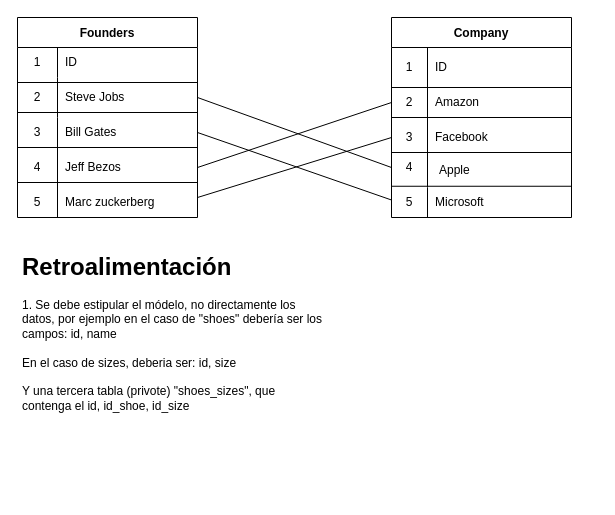
This is felipe/documentacion/db.drawio from project-ultra-2022/db.postgresql, a draw.io file, before an edit. Source tidied: cells renumbered, new cells numbered last; positions are measured from the earlier drawing's top-left corner, leaving out a move shared by most shapes. Both pictures are drawn from the tidied source at 100%, with x=0, y=0 at pixel (17, 17).
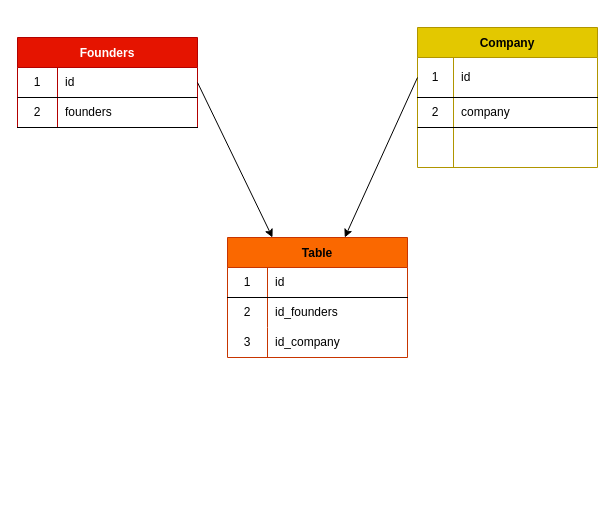
After the change.

The change refers to these unchanged cells:
```xml
<mxCell id="4" style="shape=partialRectangle;html=1;whiteSpace=wrap;fillColor=none;top=0;left=0;bottom=0;right=0;strokeWidth=1;" parent="3" vertex="1">
  <mxGeometry y="30" width="180" height="30" as="geometry" />
</mxCell>
<mxCell id="17" style="shape=partialRectangle;html=1;whiteSpace=wrap;fillColor=none;top=0;left=0;bottom=1;right=0;points=[[0,0.5],[1,0.5]];portConstraint=eastwest;strokeWidth=1;" parent="16" vertex="1">
  <mxGeometry y="30" width="180" height="40" as="geometry" />
</mxCell>
<mxCell id="20" style="shape=partialRectangle;html=1;whiteSpace=wrap;fillColor=none;top=0;left=0;bottom=0;right=0;points=[[0,0.5],[1,0.5]];portConstraint=eastwest;strokeWidth=1;" parent="16" vertex="1">
  <mxGeometry y="70" width="180" height="30" as="geometry" />
</mxCell>
<mxCell id="23" style="shape=partialRectangle;html=1;whiteSpace=wrap;fillColor=none;top=0;left=0;bottom=0;right=0;points=[[0,0.5],[1,0.5]];portConstraint=eastwest;strokeWidth=1;" parent="16" vertex="1">
  <mxGeometry y="100" width="180" height="40" as="geometry" />
</mxCell>
```

What changed in the source:
```diff
@@
-    <mxCell id="2" style="line;strokeWidth=1;html=1;perimeter=backbonePerimeter;" parent="1" vertex="1">
-      <mxGeometry y="90" width="180" height="10" as="geometry" />
-    </mxCell>
-    <mxCell id="3" value="Founders" style="shape=table;startSize=30;childLayout=tableLayout;rowLines=0;fontStyle=1;align=center;strokeWidth=1;" parent="1" vertex="1">
-      <mxGeometry width="180" height="200" as="geometry" />
+    <mxCell id="3" value="Founders" style="shape=table;startSize=30;childLayout=tableLayout;rowLines=0;fontStyle=1;align=center;strokeWidth=1;fillColor=#e51400;strokeColor=#B20000;fontColor=#ffffff;" parent="1" vertex="1">
+      <mxGeometry y="20" width="180" height="90" as="geometry" />
     </mxCell>
@@
-    <mxCell id="6" value="ID" style="shape=partialRectangle;html=1;whiteSpace=wrap;fillColor=none;top=0;left=0;bottom=0;right=0;align=left;spacingLeft=6;overflow=hidden;strokeWidth=1;" parent="4" vertex="1">
+    <mxCell id="6" value="id" style="shape=partialRectangle;html=1;whiteSpace=wrap;fillColor=none;top=0;left=0;bottom=0;right=0;align=left;spacingLeft=6;overflow=hidden;strokeWidth=1;" parent="4" vertex="1">
       <mxGeometry x="40" width="140" height="30" as="geometry" />
     </mxCell>
-    <mxCell id="7" style="shape=partialRectangle;html=1;whiteSpace=wrap;fillColor=none;top=0;left=0;bottom=0;right=0;points=[[0,0.5],[1,0.5]];portConstraint=eastwest;strokeWidth=1;" parent="3" vertex="1">
-      <mxGeometry y="60" width="180" height="40" as="geometry" />
-    </mxCell>
-    <mxCell id="8" value="2" style="shape=partialRectangle;html=1;whiteSpace=wrap;fillColor=none;top=0;left=0;bottom=0;right=0;overflow=hidden;strokeWidth=1;" parent="7" vertex="1">
-      <mxGeometry width="40" height="40" as="geometry" />
-    </mxCell>
-    <mxCell id="9" value="Steve Jobs" style="shape=partialRectangle;html=1;whiteSpace=wrap;fillColor=none;top=0;left=0;bottom=0;right=0;align=left;spacingLeft=6;overflow=hidden;strokeWidth=1;" parent="7" vertex="1">
-      <mxGeometry x="40" width="140" height="40" as="geometry" />
-    </mxCell>
     <mxCell id="10" style="shape=partialRectangle;html=1;whiteSpace=wrap;fillColor=none;top=0;left=0;bottom=1;right=0;points=[[0,0.5],[1,0.5]];portConstraint=eastwest;strokeWidth=1;" parent="3" vertex="1">
-      <mxGeometry y="100" width="180" height="30" as="geometry" />
+      <mxGeometry y="60" width="180" height="30" as="geometry" />
     </mxCell>
-    <mxCell id="11" value="3" style="shape=partialRectangle;html=1;whiteSpace=wrap;fillColor=none;top=0;left=0;bottom=0;right=0;overflow=hidden;strokeWidth=1;" parent="10" vertex="1">
+    <mxCell id="11" value="2" style="shape=partialRectangle;html=1;whiteSpace=wrap;fillColor=none;top=0;left=0;bottom=0;right=0;overflow=hidden;strokeWidth=1;" parent="10" vertex="1">
       <mxGeometry width="40" height="30" as="geometry" />
     </mxCell>
-    <mxCell id="12" value="Bill Gates" style="shape=partialRectangle;html=1;whiteSpace=wrap;fillColor=none;top=0;left=0;bottom=0;right=0;align=left;spacingLeft=6;overflow=hidden;strokeWidth=1;" parent="10" vertex="1">
+    <mxCell id="12" value="founders" style="shape=partialRectangle;html=1;whiteSpace=wrap;fillColor=none;top=0;left=0;bottom=0;right=0;align=left;spacingLeft=6;overflow=hidden;strokeWidth=1;" parent="10" vertex="1">
       <mxGeometry x="40" width="140" height="30" as="geometry" />
     </mxCell>
-    <mxCell id="13" value="Jeff Bezos&amp;nbsp;" style="shape=partialRectangle;html=1;whiteSpace=wrap;fillColor=none;top=0;left=0;bottom=0;right=0;align=left;spacingLeft=6;overflow=hidden;strokeWidth=1;" parent="1" vertex="1">
-      <mxGeometry x="40" y="130" width="140" height="40" as="geometry" />
-    </mxCell>
-    <mxCell id="14" value="4" style="shape=partialRectangle;html=1;whiteSpace=wrap;fillColor=none;top=0;left=0;bottom=0;right=0;overflow=hidden;strokeWidth=1;" parent="1" vertex="1">
-      <mxGeometry y="130" width="40" height="40" as="geometry" />
-    </mxCell>
     <mxCell id="15" style="line;strokeWidth=1;html=1;" parent="1" vertex="1">
-      <mxGeometry y="60" width="180" height="10" as="geometry" />
+      <mxGeometry y="75" width="180" height="10" as="geometry" />
     </mxCell>
-    <mxCell id="16" value="Company" style="shape=table;startSize=30;childLayout=tableLayout;rowLines=0;fontStyle=1;align=center;strokeWidth=1;" parent="1" vertex="1">
-      <mxGeometry x="374" width="180" height="200" as="geometry" />
+    <mxCell id="16" value="Company" style="shape=table;startSize=30;childLayout=tableLayout;rowLines=0;fontStyle=1;align=center;strokeWidth=1;fillColor=#e3c800;fontColor=#000000;strokeColor=#B09500;" parent="1" vertex="1">
+      <mxGeometry x="400" y="10" width="180" height="140" as="geometry" />
     </mxCell>
@@
-    <mxCell id="19" value="ID" style="shape=partialRectangle;html=1;whiteSpace=wrap;fillColor=none;top=0;left=0;bottom=0;right=0;align=left;spacingLeft=6;overflow=hidden;strokeWidth=1;" parent="17" vertex="1">
+    <mxCell id="19" value="id" style="shape=partialRectangle;html=1;whiteSpace=wrap;fillColor=none;top=0;left=0;bottom=0;right=0;align=left;spacingLeft=6;overflow=hidden;strokeWidth=1;" parent="17" vertex="1">
       <mxGeometry x="36" width="144" height="40" as="geometry" />
     </mxCell>
@@
-    <mxCell id="22" value="Amazon" style="shape=partialRectangle;html=1;whiteSpace=wrap;fillColor=none;top=0;left=0;bottom=0;right=0;align=left;spacingLeft=6;overflow=hidden;strokeWidth=1;" parent="20" vertex="1">
+    <mxCell id="22" value="company" style="shape=partialRectangle;html=1;whiteSpace=wrap;fillColor=none;top=0;left=0;bottom=0;right=0;align=left;spacingLeft=6;overflow=hidden;strokeWidth=1;" parent="20" vertex="1">
       <mxGeometry x="36" width="144" height="30" as="geometry" />
     </mxCell>
@@
-    <mxCell id="24" value="3" style="shape=partialRectangle;html=1;whiteSpace=wrap;fillColor=none;top=0;left=0;bottom=0;right=0;overflow=hidden;strokeWidth=1;" parent="23" vertex="1">
+    <mxCell id="24" style="shape=partialRectangle;html=1;whiteSpace=wrap;fillColor=none;top=0;left=0;bottom=0;right=0;overflow=hidden;strokeWidth=1;" parent="23" vertex="1">
       <mxGeometry width="36" height="40" as="geometry" />
     </mxCell>
-    <mxCell id="25" value="Facebook" style="shape=partialRectangle;html=1;whiteSpace=wrap;fillColor=none;top=0;left=0;bottom=0;right=0;align=left;spacingLeft=6;overflow=hidden;strokeWidth=1;" parent="23" vertex="1">
+    <mxCell id="25" style="shape=partialRectangle;html=1;whiteSpace=wrap;fillColor=none;top=0;left=0;bottom=0;right=0;align=left;spacingLeft=6;overflow=hidden;strokeWidth=1;" parent="23" vertex="1">
       <mxGeometry x="36" width="144" height="40" as="geometry" />
     </mxCell>
-    <mxCell id="26" value="Apple" style="shape=partialRectangle;html=1;whiteSpace=wrap;fillColor=none;top=0;left=0;bottom=0;right=0;align=left;spacingLeft=6;overflow=hidden;strokeWidth=1;" parent="1" vertex="1">
-      <mxGeometry x="414" y="137.5" width="140" height="30" as="geometry" />
-    </mxCell>
-    <mxCell id="27" value="4" style="shape=partialRectangle;html=1;whiteSpace=wrap;fillColor=none;top=0;left=0;bottom=0;right=0;overflow=hidden;strokeWidth=1;" parent="1" vertex="1">
-      <mxGeometry x="374" y="120" width="36" height="60" as="geometry" />
-    </mxCell>
-    <mxCell id="28" style="line;strokeWidth=1;html=1;" parent="1" vertex="1">
-      <mxGeometry x="374" y="110" width="180" height="50" as="geometry" />
-    </mxCell>
-    <mxCell id="29" style="line;strokeWidth=1;direction=south;html=1;" parent="1" vertex="1">
-      <mxGeometry x="30" y="130" width="20" height="40" as="geometry" />
-    </mxCell>
     <mxCell id="30" style="line;strokeWidth=1;html=1;" parent="1" vertex="1">
-      <mxGeometry x="374" y="40" width="180" height="120" as="geometry" />
+      <mxGeometry x="400" y="50" width="180" height="120" as="geometry" />
     </mxCell>
-    <mxCell id="31" style="line;strokeWidth=1;direction=south;html=1;" parent="1" vertex="1">
-      <mxGeometry x="400" y="125" width="20" height="45" as="geometry" />
-    </mxCell>
-    <mxCell id="32" value="Marc zuckerberg" style="shape=partialRectangle;html=1;whiteSpace=wrap;fillColor=none;top=0;left=0;bottom=0;right=0;align=left;spacingLeft=6;overflow=hidden;strokeWidth=1;" parent="1" vertex="1">
-      <mxGeometry x="40" y="160" width="140" height="50" as="geometry" />
-    </mxCell>
-    <mxCell id="33" value="5" style="shape=partialRectangle;html=1;whiteSpace=wrap;fillColor=none;top=0;left=0;bottom=0;right=0;overflow=hidden;strokeWidth=1;" parent="1" vertex="1">
-      <mxGeometry y="160" width="40" height="50" as="geometry" />
-    </mxCell>
-    <mxCell id="34" style="line;strokeWidth=1;direction=south;html=1;perimeter=backbonePerimeter;" parent="1" vertex="1">
-      <mxGeometry x="20" y="160" width="40" height="40" as="geometry" />
-    </mxCell>
-    <mxCell id="35" style="line;strokeWidth=1;html=1;" parent="1" vertex="1">
-      <mxGeometry y="160" width="180" height="10" as="geometry" />
-    </mxCell>
-    <mxCell id="36" value="5" style="shape=partialRectangle;html=1;whiteSpace=wrap;fillColor=none;top=0;left=0;bottom=0;right=0;overflow=hidden;strokeWidth=1;" parent="1" vertex="1">
-      <mxGeometry x="374" y="170" width="36" height="30" as="geometry" />
-    </mxCell>
-    <mxCell id="37" value="Microsoft" style="shape=partialRectangle;html=1;whiteSpace=wrap;fillColor=none;top=0;left=0;bottom=0;right=0;align=left;spacingLeft=6;overflow=hidden;strokeWidth=1;" parent="1" vertex="1">
-      <mxGeometry x="410" y="170" width="140" height="30" as="geometry" />
-    </mxCell>
-    <mxCell id="38" style="line;strokeWidth=1;html=1;" parent="1" vertex="1">
-      <mxGeometry x="374" y="160" width="180" height="17.5" as="geometry" />
-    </mxCell>
-    <mxCell id="39" style="line;strokeWidth=1;direction=south;html=1;" parent="1" vertex="1">
-      <mxGeometry x="402.5" y="170" width="15" height="30" as="geometry" />
-    </mxCell>
-    <mxCell id="40" style="endArrow=none;html=1;entryX=0;entryY=0.5;entryDx=0;entryDy=0;" parent="1" edge="1" target="23">
-      <mxGeometry relative="1" as="geometry">
-        <mxPoint x="180" y="180" as="sourcePoint" />
-      </mxGeometry>
-    </mxCell>
-    <mxCell id="41" style="endArrow=none;html=1;entryX=0;entryY=0.5;entryDx=0;entryDy=0;" parent="1" edge="1" target="20">
-      <mxGeometry relative="1" as="geometry">
-        <mxPoint x="180" y="150" as="sourcePoint" />
-      </mxGeometry>
-    </mxCell>
-    <mxCell id="42" style="endArrow=none;html=1;exitX=1;exitY=0.5;exitDx=0;exitDy=0;" parent="1" edge="1" source="10">
-      <mxGeometry relative="1" as="geometry">
-        <mxPoint x="374" y="182.5" as="targetPoint" />
-      </mxGeometry>
-    </mxCell>
-    <mxCell id="43" style="endArrow=none;html=1;exitX=1;exitY=0.5;exitDx=0;exitDy=0;" parent="1" edge="1" source="7">
-      <mxGeometry relative="1" as="geometry">
-        <mxPoint x="374" y="150" as="targetPoint" />
-      </mxGeometry>
-    </mxCell>
-    <mxCell id="44" value="&lt;h1&gt;Retroalimentación&lt;/h1&gt;&lt;div&gt;1. Se debe estipular el módelo, no directamente los datos, por ejemplo en el caso de &quot;shoes&quot; debería ser los campos: id, name&lt;/div&gt;&lt;div&gt;&lt;br&gt;&lt;/div&gt;&lt;div&gt;En el caso de sizes, deberia ser: id, size&lt;/div&gt;&lt;div&gt;&lt;br&gt;&lt;/div&gt;&lt;div&gt;Y una tercera tabla (privote) &quot;shoes_sizes&quot;, que contenga el id, id_shoe, id_size&lt;/div&gt;" style="text;html=1;strokeColor=none;fillColor=none;spacing=5;spacingTop=-20;whiteSpace=wrap;overflow=hidden;rounded=0;" parent="1" vertex="1">
-      <mxGeometry y="230" width="310" height="250" as="geometry" />
-    </mxCell>
+    <mxCell id="45" value="Table" style="shape=table;startSize=30;childLayout=tableLayout;rowLines=0;fontStyle=1;align=center;fillColor=#fa6800;fontColor=#000000;strokeColor=#C73500;" parent="1" vertex="1">
+      <mxGeometry x="210" y="220" width="180" height="120" as="geometry" />
+    </mxCell>
+    <mxCell id="46" style="shape=partialRectangle;html=1;whiteSpace=wrap;fillColor=none;top=0;left=0;bottom=1;right=0;" parent="45" vertex="1">
+      <mxGeometry y="30" width="180" height="30" as="geometry" />
+    </mxCell>
+    <mxCell id="47" value="1" style="shape=partialRectangle;html=1;whiteSpace=wrap;fillColor=none;top=0;left=0;bottom=0;right=0;overflow=hidden;" parent="46" vertex="1">
+      <mxGeometry width="40" height="30" as="geometry" />
+    </mxCell>
+    <mxCell id="48" value="id" style="shape=partialRectangle;html=1;whiteSpace=wrap;fillColor=none;top=0;left=0;bottom=0;right=0;align=left;spacingLeft=6;overflow=hidden;" parent="46" vertex="1">
+      <mxGeometry x="40" width="140" height="30" as="geometry" />
+    </mxCell>
+    <mxCell id="49" style="shape=partialRectangle;html=1;whiteSpace=wrap;fillColor=none;top=0;left=0;bottom=0;right=0;" parent="45" vertex="1">
+      <mxGeometry y="60" width="180" height="30" as="geometry" />
+    </mxCell>
+    <mxCell id="8" value="2" style="shape=partialRectangle;html=1;whiteSpace=wrap;fillColor=none;top=0;left=0;bottom=0;right=0;overflow=hidden;" parent="49" vertex="1">
+      <mxGeometry width="40" height="30" as="geometry" />
+    </mxCell>
+    <mxCell id="50" value="id_founders" style="shape=partialRectangle;html=1;whiteSpace=wrap;fillColor=none;top=0;left=0;bottom=0;right=0;align=left;spacingLeft=6;overflow=hidden;" parent="49" vertex="1">
+      <mxGeometry x="40" width="140" height="30" as="geometry" />
+    </mxCell>
+    <mxCell id="51" style="shape=partialRectangle;html=1;whiteSpace=wrap;fillColor=none;top=0;left=0;bottom=0;right=0;" parent="45" vertex="1">
+      <mxGeometry y="90" width="180" height="30" as="geometry" />
+    </mxCell>
+    <mxCell id="52" value="3" style="shape=partialRectangle;html=1;whiteSpace=wrap;fillColor=none;top=0;left=0;bottom=0;right=0;overflow=hidden;" parent="51" vertex="1">
+      <mxGeometry width="40" height="30" as="geometry" />
+    </mxCell>
+    <mxCell id="53" value="id_company" style="shape=partialRectangle;html=1;whiteSpace=wrap;fillColor=none;top=0;left=0;bottom=0;right=0;align=left;spacingLeft=6;overflow=hidden;" parent="51" vertex="1">
+      <mxGeometry x="40" width="140" height="30" as="geometry" />
+    </mxCell>
+    <mxCell id="54" style="endArrow=classic;html=1;entryX=0.25;entryY=0;entryDx=0;entryDy=0;exitX=1;exitY=0.5;exitDx=0;exitDy=0;" parent="1" edge="1" source="3" target="45">
+      <mxGeometry relative="1" as="geometry" />
+    </mxCell>
+    <mxCell id="55" style="endArrow=classic;html=1;exitX=0;exitY=0.5;exitDx=0;exitDy=0;" parent="1" edge="1" source="17" target="45">
+      <mxGeometry relative="1" as="geometry" />
+    </mxCell>
```
